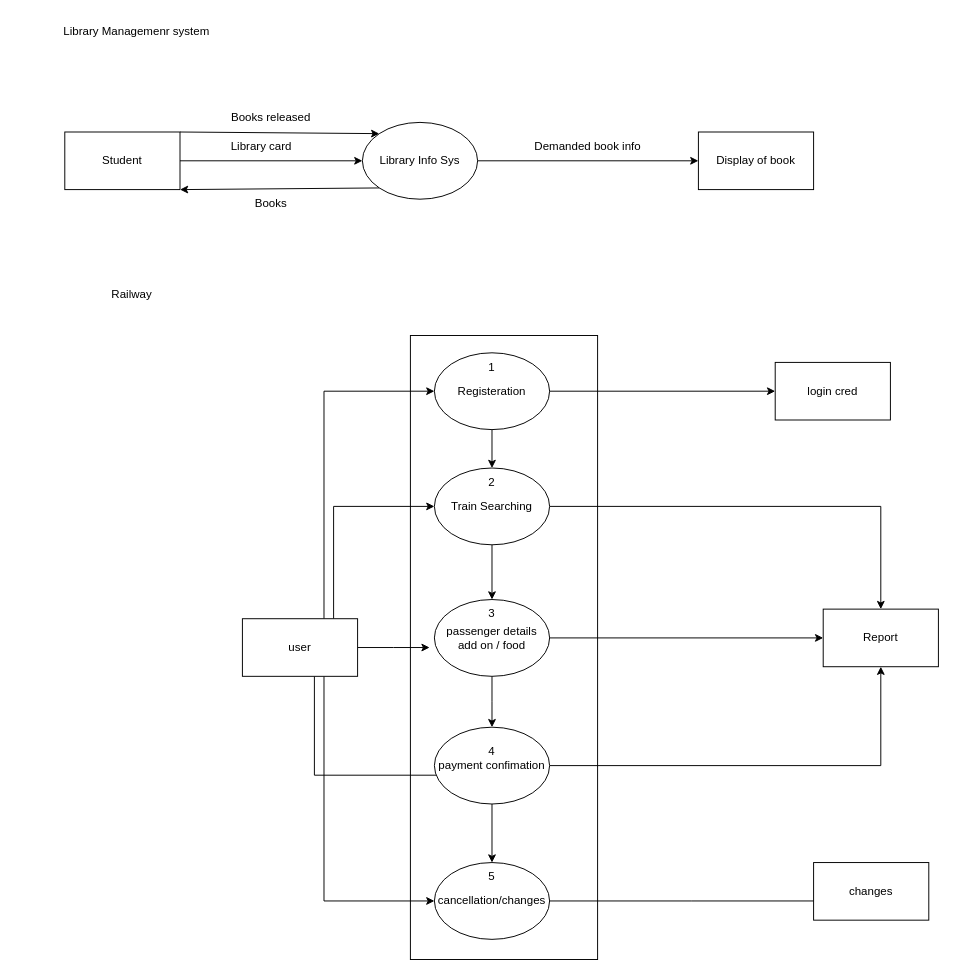
This is notes/software/new.drawio from k-rite/semIII, a draw.io file, before an edit. Source tidied: cells renumbered, new cells numbered last; positions are measured from the earlier drawing's top-left corner, leaving out a move shared by most shapes. Both pictures are drawn from the tidied source at 96%, with x=0, y=0 at pixel (31, 16).
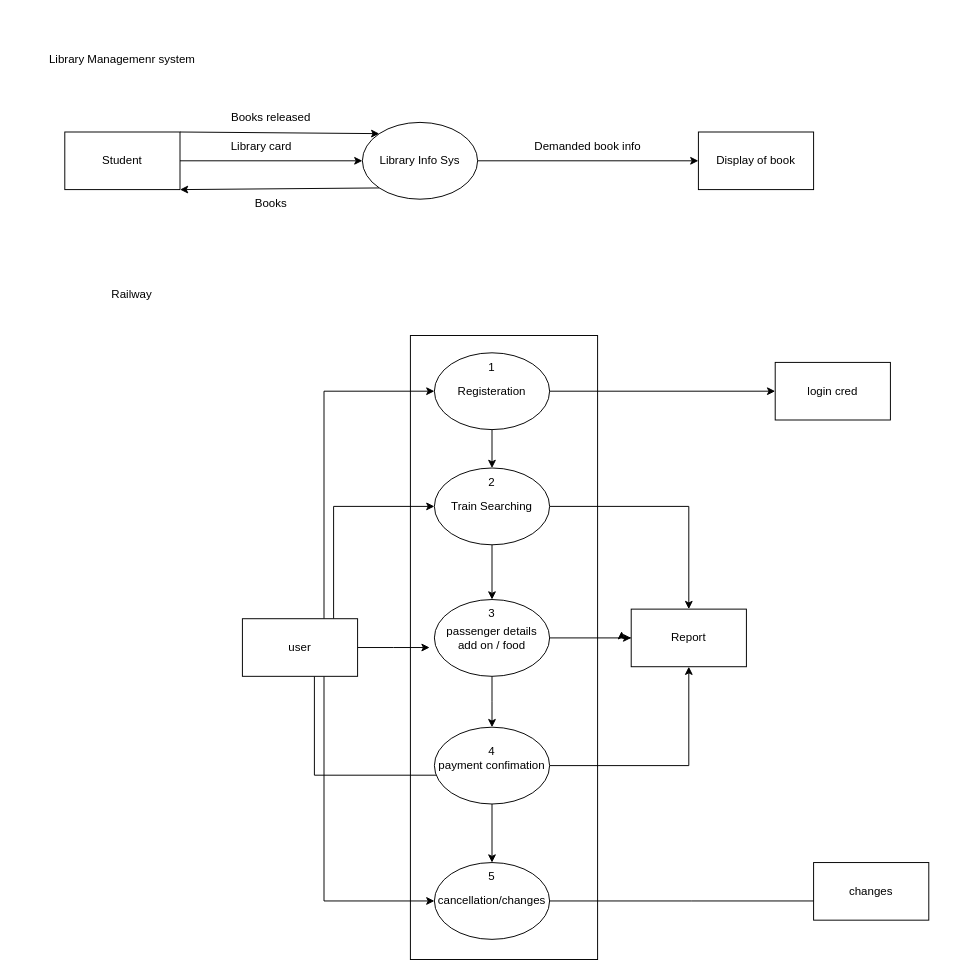
Above is the later version.

Diff of the diagram source:
```diff
@@
     <mxCell id="3" value="Library Managemenr system" style="text;html=1;strokeColor=none;fillColor=none;align=center;verticalAlign=middle;whiteSpace=wrap;rounded=0;" parent="1" vertex="1">
-      <mxGeometry width="220" height="30" as="geometry" />
+      <mxGeometry x="-15" y="30" width="220" height="30" as="geometry" />
     </mxCell>
@@
+    <mxCell id="44" style="edgeStyle=orthogonalEdgeStyle;rounded=0;jettySize=auto;html=1;exitX=0;exitY=0.5;exitDx=0;exitDy=0;" parent="1" edge="1" source="32">
+      <mxGeometry relative="1" as="geometry">
+        <mxPoint x="615" y="640" as="targetPoint" />
+      </mxGeometry>
+    </mxCell>
     <mxCell id="32" value="Report" style="rounded=0;whiteSpace=wrap;html=1;" parent="1" vertex="1">
-      <mxGeometry x="825" y="617" width="120" height="60" as="geometry" />
+      <mxGeometry x="625" y="617" width="120" height="60" as="geometry" />
     </mxCell>
```
